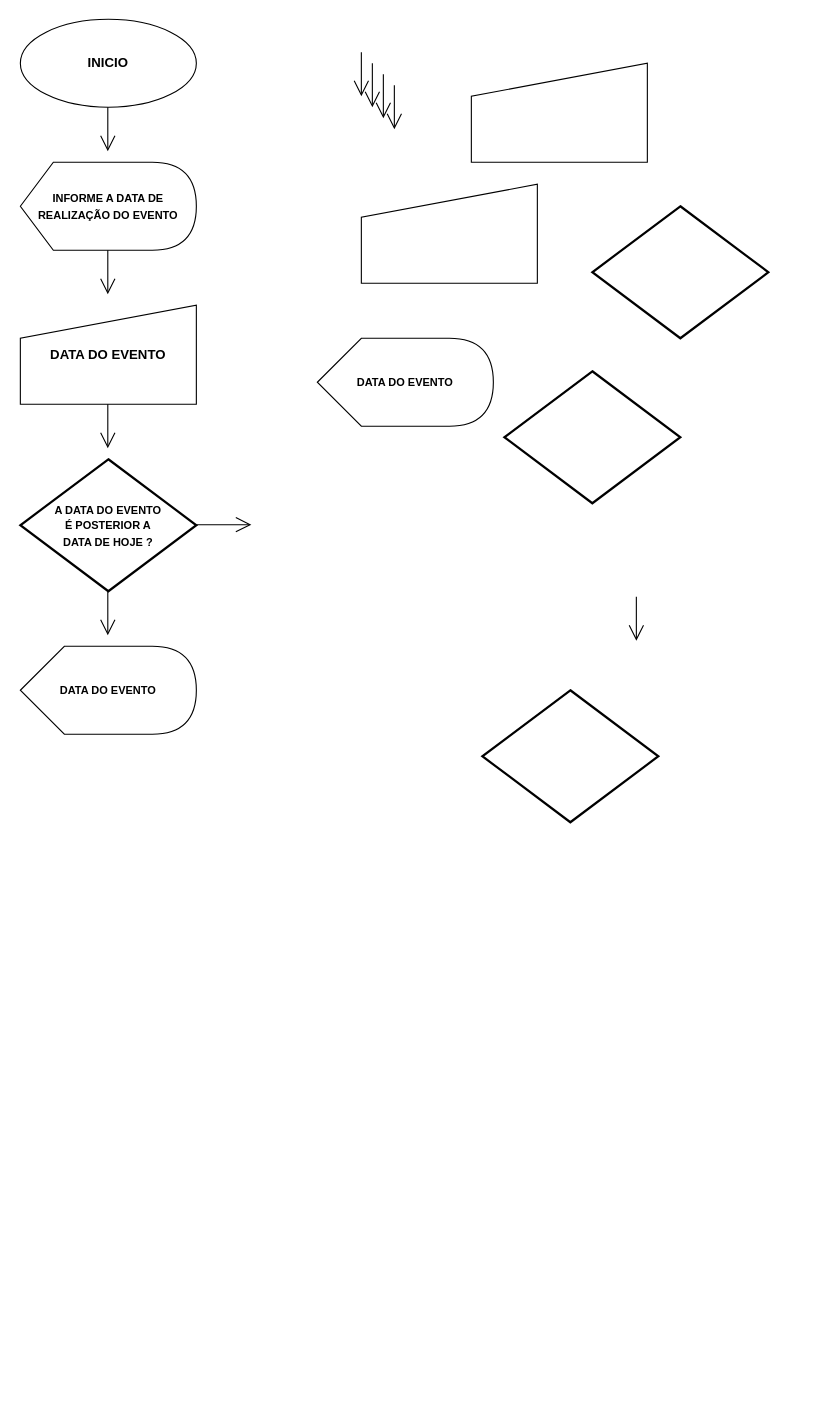
AndreDantasss/Exemplo1 keeps this draw.io diagram as Untitled Diagram.drawio. Above is the earlier version. Source tidied: cells renumbered, new cells numbered last; positions are measured from the earlier drawing's top-left corner, leaving out a move shared by most shapes. Both pictures are drawn from the tidied source at 110%, with x=0, y=0 at pixel (20, 19).
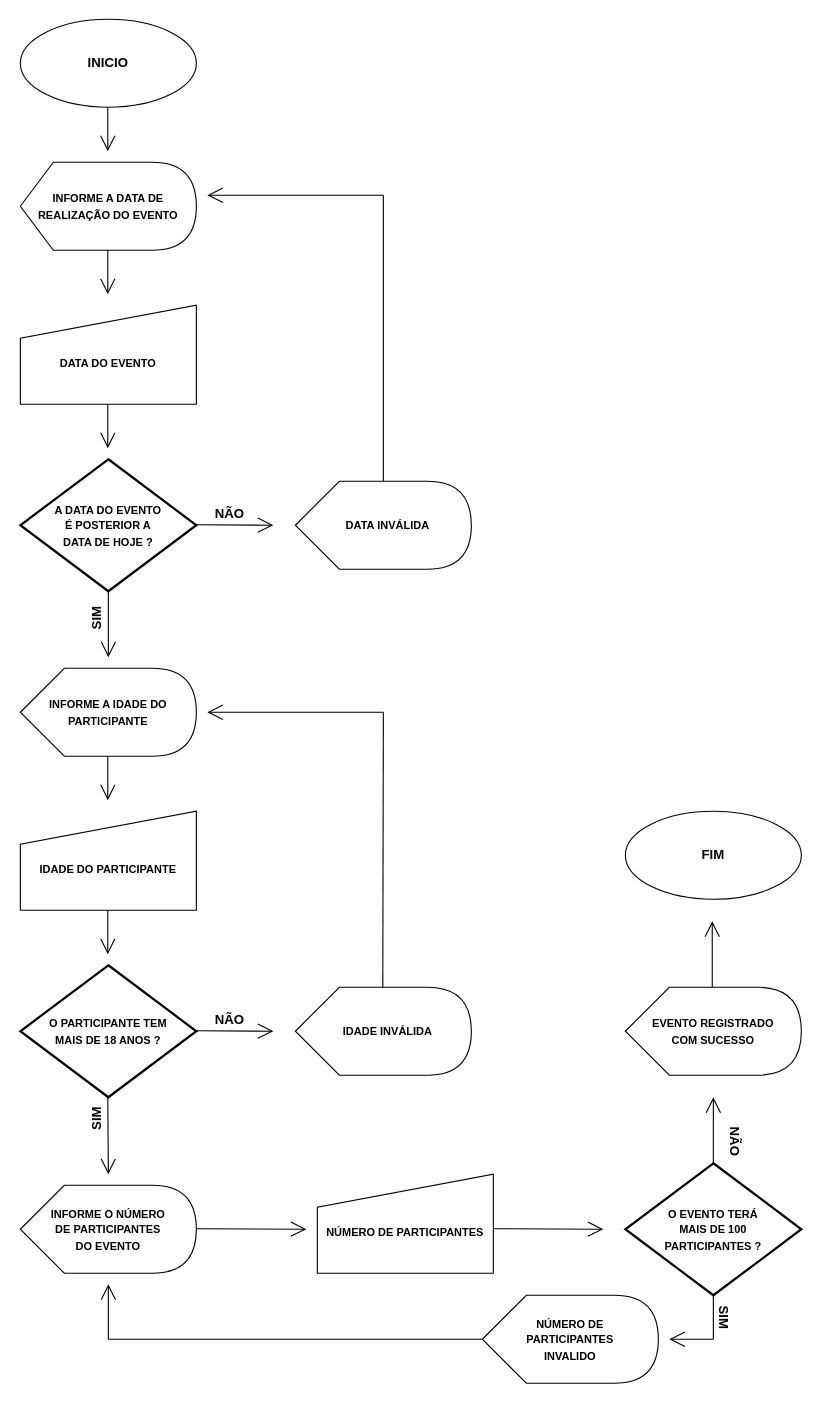
Above is the later version.

Diff of the diagram source:
```diff
@@
-    <mxCell id="4" value="&lt;b&gt;DATA DO EVENTO&lt;/b&gt;" style="shape=manualInput;whiteSpace=wrap;html=1;" parent="1" vertex="1">
+    <mxCell id="4" value="&lt;b&gt;&lt;font style=&quot;font-size: 10px&quot;&gt;&lt;br&gt;DATA DO EVENTO&lt;/font&gt;&lt;/b&gt;" style="shape=manualInput;whiteSpace=wrap;html=1;" parent="1" vertex="1">
       <mxGeometry y="260" width="160" height="90" as="geometry" />
     </mxCell>
@@
-    <mxCell id="7" style="endArrow=open;endFill=1;endSize=12;html=1;rounded=0;" parent="1" edge="1">
-      <mxGeometry relative="1" as="geometry">
-        <mxPoint x="79.5" y="520" as="sourcePoint" />
-        <mxPoint x="79.5" y="560" as="targetPoint" />
-      </mxGeometry>
-    </mxCell>
     <mxCell id="8" style="endArrow=open;endFill=1;endSize=12;html=1;rounded=0;" parent="1" edge="1">
       <mxGeometry relative="1" as="geometry">
-        <mxPoint x="560" y="525" as="sourcePoint" />
-        <mxPoint x="560" y="565" as="targetPoint" />
+        <mxPoint x="79.5" y="670" as="sourcePoint" />
+        <mxPoint x="79.5" y="710" as="targetPoint" />
       </mxGeometry>
     </mxCell>
-    <mxCell id="9" style="endArrow=open;endFill=1;endSize=12;html=1;rounded=0;" parent="1" edge="1">
-      <mxGeometry relative="1" as="geometry">
-        <mxPoint x="310" y="30" as="sourcePoint" />
-        <mxPoint x="310" y="70" as="targetPoint" />
-      </mxGeometry>
-    </mxCell>
-    <mxCell id="10" style="endArrow=open;endFill=1;endSize=12;html=1;rounded=0;" parent="1" edge="1">
-      <mxGeometry relative="1" as="geometry">
-        <mxPoint x="320" y="40" as="sourcePoint" />
-        <mxPoint x="320" y="80" as="targetPoint" />
-      </mxGeometry>
-    </mxCell>
@@
-    <mxCell id="12" value="&lt;font style=&quot;font-size: 10px&quot;&gt;&lt;b&gt;DATA DO EVENTO&lt;/b&gt;&lt;/font&gt;" style="shape=display;whiteSpace=wrap;html=1;align=center;" parent="1" vertex="1">
-      <mxGeometry x="270" y="290" width="160" height="80" as="geometry" />
+    <mxCell id="12" value="&lt;b&gt;&lt;font style=&quot;font-size: 10px&quot;&gt;&amp;nbsp; &amp;nbsp;DATA INVÁLIDA&lt;/font&gt;&lt;/b&gt;" style="shape=display;whiteSpace=wrap;html=1;align=center;" parent="1" vertex="1">
+      <mxGeometry x="250" y="420" width="160" height="80" as="geometry" />
     </mxCell>
-    <mxCell id="13" value="&lt;font style=&quot;font-size: 10px&quot;&gt;&lt;b&gt;DATA DO EVENTO&lt;/b&gt;&lt;/font&gt;" style="shape=display;whiteSpace=wrap;html=1;align=center;" parent="1" vertex="1">
-      <mxGeometry y="570" width="160" height="80" as="geometry" />
+    <mxCell id="13" value="&lt;font style=&quot;font-size: 10px&quot;&gt;&lt;b&gt;INFORME A IDADE DO PARTICIPANTE&lt;/b&gt;&lt;/font&gt;" style="shape=display;whiteSpace=wrap;html=1;align=center;" parent="1" vertex="1">
+      <mxGeometry y="590" width="160" height="80" as="geometry" />
     </mxCell>
-    <mxCell id="14" style="strokeWidth=2;html=1;shape=mxgraph.flowchart.decision;whiteSpace=wrap;" parent="1" vertex="1">
-      <mxGeometry x="520" y="170" width="160" height="120" as="geometry" />
-    </mxCell>
-    <mxCell id="15" style="strokeWidth=2;html=1;shape=mxgraph.flowchart.decision;whiteSpace=wrap;" parent="1" vertex="1">
-      <mxGeometry x="440" y="320" width="160" height="120" as="geometry" />
-    </mxCell>
-    <mxCell id="16" style="strokeWidth=2;html=1;shape=mxgraph.flowchart.decision;whiteSpace=wrap;" parent="1" vertex="1">
-      <mxGeometry x="420" y="610" width="160" height="120" as="geometry" />
-    </mxCell>
     <mxCell id="17" style="endArrow=open;endFill=1;endSize=12;html=1;rounded=0;" parent="1" edge="1">
       <mxGeometry relative="1" as="geometry">
-        <mxPoint x="330" y="50" as="sourcePoint" />
-        <mxPoint x="330" y="90" as="targetPoint" />
+        <mxPoint x="330" y="160" as="sourcePoint" />
+        <mxPoint x="170" y="160" as="targetPoint" />
       </mxGeometry>
     </mxCell>
-    <mxCell id="18" style="endArrow=open;endFill=1;endSize=12;html=1;rounded=0;" parent="1" edge="1">
-      <mxGeometry relative="1" as="geometry">
-        <mxPoint x="340" y="60" as="sourcePoint" />
-        <mxPoint x="340" y="100" as="targetPoint" />
-      </mxGeometry>
-    </mxCell>
@@
     <mxCell id="20" style="endArrow=open;endFill=1;endSize=12;html=1;rounded=0;" parent="1" edge="1">
       <mxGeometry relative="1" as="geometry">
         <mxPoint x="160" y="459.5" as="sourcePoint" />
-        <mxPoint x="210" y="459.5" as="targetPoint" />
+        <mxPoint x="230" y="460" as="targetPoint" />
       </mxGeometry>
     </mxCell>
-    <mxCell id="21" style="shape=manualInput;whiteSpace=wrap;html=1;" parent="1" vertex="1">
-      <mxGeometry x="310" y="150" width="160" height="90" as="geometry" />
-    </mxCell>
-    <mxCell id="22" style="shape=manualInput;whiteSpace=wrap;html=1;" parent="1" vertex="1">
-      <mxGeometry x="410" y="40" width="160" height="90" as="geometry" />
-    </mxCell>
+    <mxCell id="23" value="&lt;b&gt;&lt;font style=&quot;font-size: 12px&quot;&gt;NÃO&lt;/font&gt;&lt;/b&gt;" style="text;html=1;align=center;verticalAlign=middle;strokeColor=none;fillColor=none;fontSize=10;" parent="1" vertex="1">
+      <mxGeometry x="170" y="440" width="40" height="20" as="geometry" />
+    </mxCell>
+    <mxCell id="24" value="&lt;b&gt;SIM&lt;/b&gt;" style="text;html=1;align=center;verticalAlign=middle;strokeColor=none;fillColor=none;fontSize=12;rotation=-90;" parent="1" vertex="1">
+      <mxGeometry x="50" y="535" width="40" height="20" as="geometry" />
+    </mxCell>
+    <mxCell id="25" style="endArrow=open;endFill=1;endSize=12;html=1;rounded=0;" parent="1" edge="1">
+      <mxGeometry relative="1" as="geometry">
+        <mxPoint x="80" y="520" as="sourcePoint" />
+        <mxPoint x="80" y="580" as="targetPoint" />
+      </mxGeometry>
+    </mxCell>
+    <mxCell id="26" style="endArrow=none;html=1;rounded=0;fontSize=12;entryX=0;entryY=0;entryDx=80;entryDy=0;entryPerimeter=0;" parent="1" edge="1" target="12">
+      <mxGeometry relative="1" as="geometry">
+        <mxPoint x="330" y="160" as="sourcePoint" />
+      </mxGeometry>
+    </mxCell>
+    <mxCell id="27" value="&lt;span style=&quot;font-size: 10px&quot;&gt;&lt;b&gt;O PARTICIPANTE TEM &lt;br&gt;MAIS DE 18 ANOS ?&lt;/b&gt;&lt;/span&gt;" style="strokeWidth=2;html=1;shape=mxgraph.flowchart.decision;whiteSpace=wrap;align=center;" parent="1" vertex="1">
+      <mxGeometry y="860" width="160" height="120" as="geometry" />
+    </mxCell>
+    <mxCell id="28" value="&lt;b&gt;&lt;font style=&quot;font-size: 10px&quot;&gt;&lt;br&gt;IDADE DO PARTICIPANTE&lt;/font&gt;&lt;/b&gt;" style="shape=manualInput;whiteSpace=wrap;html=1;" parent="1" vertex="1">
+      <mxGeometry y="720" width="160" height="90" as="geometry" />
+    </mxCell>
+    <mxCell id="29" style="endArrow=open;endFill=1;endSize=12;html=1;rounded=0;" parent="1" edge="1">
+      <mxGeometry relative="1" as="geometry">
+        <mxPoint x="79.5" y="810" as="sourcePoint" />
+        <mxPoint x="79.5" y="850" as="targetPoint" />
+      </mxGeometry>
+    </mxCell>
+    <mxCell id="30" style="endArrow=open;endFill=1;endSize=12;html=1;rounded=0;" parent="1" edge="1">
+      <mxGeometry relative="1" as="geometry">
+        <mxPoint x="160" y="919.5" as="sourcePoint" />
+        <mxPoint x="230" y="920" as="targetPoint" />
+      </mxGeometry>
+    </mxCell>
+    <mxCell id="31" value="&lt;b&gt;&lt;font style=&quot;font-size: 12px&quot;&gt;NÃO&lt;/font&gt;&lt;/b&gt;" style="text;html=1;align=center;verticalAlign=middle;strokeColor=none;fillColor=none;fontSize=10;" parent="1" vertex="1">
+      <mxGeometry x="170" y="900" width="40" height="20" as="geometry" />
+    </mxCell>
+    <mxCell id="32" style="endArrow=open;endFill=1;endSize=12;html=1;rounded=0;" parent="1" edge="1">
+      <mxGeometry relative="1" as="geometry">
+        <mxPoint x="79.5" y="980" as="sourcePoint" />
+        <mxPoint x="80" y="1050" as="targetPoint" />
+      </mxGeometry>
+    </mxCell>
+    <mxCell id="33" value="&lt;b&gt;SIM&lt;/b&gt;" style="text;html=1;align=center;verticalAlign=middle;strokeColor=none;fillColor=none;fontSize=12;rotation=-90;" parent="1" vertex="1">
+      <mxGeometry x="50" y="990" width="40" height="20" as="geometry" />
+    </mxCell>
+    <mxCell id="34" value="&lt;font style=&quot;font-size: 10px&quot;&gt;&lt;b&gt;INFORME O NÚMERO &lt;br&gt;DE PARTICIPANTES &lt;br&gt;DO EVENTO&lt;/b&gt;&lt;/font&gt;" style="shape=display;whiteSpace=wrap;html=1;align=center;" parent="1" vertex="1">
+      <mxGeometry y="1060" width="160" height="80" as="geometry" />
+    </mxCell>
+    <mxCell id="35" value="&lt;b&gt;&lt;font style=&quot;font-size: 10px&quot;&gt;&amp;nbsp; &amp;nbsp;IDADE INVÁLIDA&lt;/font&gt;&lt;/b&gt;" style="shape=display;whiteSpace=wrap;html=1;align=center;" parent="1" vertex="1">
+      <mxGeometry x="250" y="880" width="160" height="80" as="geometry" />
+    </mxCell>
+    <mxCell id="36" style="endArrow=open;endFill=1;endSize=12;html=1;rounded=0;" parent="1" edge="1">
+      <mxGeometry relative="1" as="geometry">
+        <mxPoint x="330" y="630" as="sourcePoint" />
+        <mxPoint x="170" y="630" as="targetPoint" />
+      </mxGeometry>
+    </mxCell>
+    <mxCell id="37" style="endArrow=none;html=1;rounded=0;fontSize=12;entryX=0;entryY=0;entryDx=80;entryDy=0;entryPerimeter=0;" parent="1" edge="1">
+      <mxGeometry relative="1" as="geometry">
+        <mxPoint x="330" y="630" as="sourcePoint" />
+        <mxPoint x="329.5" y="880" as="targetPoint" />
+      </mxGeometry>
+    </mxCell>
+    <mxCell id="38" style="endArrow=open;endFill=1;endSize=12;html=1;rounded=0;" parent="1" edge="1">
+      <mxGeometry relative="1" as="geometry">
+        <mxPoint x="160" y="1099.5" as="sourcePoint" />
+        <mxPoint x="260" y="1100" as="targetPoint" />
+      </mxGeometry>
+    </mxCell>
+    <mxCell id="39" value="&lt;b&gt;&lt;font style=&quot;font-size: 10px&quot;&gt;&lt;br&gt;NÚMERO DE PARTICIPANTES&lt;/font&gt;&lt;/b&gt;" style="shape=manualInput;whiteSpace=wrap;html=1;" parent="1" vertex="1">
+      <mxGeometry x="270" y="1050" width="160" height="90" as="geometry" />
+    </mxCell>
+    <mxCell id="40" style="endArrow=open;endFill=1;endSize=12;html=1;rounded=0;" parent="1" edge="1">
+      <mxGeometry relative="1" as="geometry">
+        <mxPoint x="430" y="1099.5" as="sourcePoint" />
+        <mxPoint x="530" y="1100" as="targetPoint" />
+      </mxGeometry>
+    </mxCell>
+    <mxCell id="41" value="&lt;span style=&quot;font-size: 10px&quot;&gt;&lt;b&gt;O EVENTO TERÁ &lt;br&gt;MAIS DE 100 &lt;br&gt;PARTICIPANTES ?&lt;/b&gt;&lt;/span&gt;" style="strokeWidth=2;html=1;shape=mxgraph.flowchart.decision;whiteSpace=wrap;align=center;" parent="1" vertex="1">
+      <mxGeometry x="550" y="1040" width="160" height="120" as="geometry" />
+    </mxCell>
+    <mxCell id="42" style="endArrow=open;endFill=1;endSize=12;html=1;rounded=0;" parent="1" edge="1">
+      <mxGeometry relative="1" as="geometry">
+        <mxPoint x="80" y="1200" as="sourcePoint" />
+        <mxPoint x="80" y="1150" as="targetPoint" />
+      </mxGeometry>
+    </mxCell>
+    <mxCell id="43" style="endArrow=none;html=1;rounded=0;fontSize=12;entryX=0;entryY=0.5;entryDx=0;entryDy=0;entryPerimeter=0;" parent="1" edge="1" target="49">
+      <mxGeometry relative="1" as="geometry">
+        <mxPoint x="80" y="1200" as="sourcePoint" />
+      </mxGeometry>
+    </mxCell>
+    <mxCell id="44" value="&lt;b&gt;&lt;font style=&quot;font-size: 12px&quot;&gt;NÃO&lt;/font&gt;&lt;/b&gt;" style="text;html=1;align=center;verticalAlign=middle;strokeColor=none;fillColor=none;fontSize=10;rotation=90;" parent="1" vertex="1">
+      <mxGeometry x="630" y="1010" width="40" height="20" as="geometry" />
+    </mxCell>
+    <mxCell id="45" style="endArrow=open;endFill=1;endSize=12;html=1;rounded=0;exitX=0.5;exitY=0;exitDx=0;exitDy=0;exitPerimeter=0;" parent="1" edge="1" source="41">
+      <mxGeometry relative="1" as="geometry">
+        <mxPoint x="630" y="980" as="targetPoint" />
+      </mxGeometry>
+    </mxCell>
+    <mxCell id="46" value="&lt;b&gt;SIM&lt;/b&gt;" style="text;html=1;align=center;verticalAlign=middle;strokeColor=none;fillColor=none;fontSize=12;rotation=90;" parent="1" vertex="1">
+      <mxGeometry x="620" y="1170" width="40" height="20" as="geometry" />
+    </mxCell>
+    <mxCell id="47" style="endArrow=open;endFill=1;endSize=12;html=1;rounded=0;" parent="1" edge="1">
+      <mxGeometry relative="1" as="geometry">
+        <mxPoint x="630" y="1200" as="sourcePoint" />
+        <mxPoint x="590" y="1200" as="targetPoint" />
+      </mxGeometry>
+    </mxCell>
+    <mxCell id="48" style="endArrow=none;html=1;rounded=0;fontSize=12;exitX=0.5;exitY=1;exitDx=0;exitDy=0;exitPerimeter=0;" parent="1" edge="1" source="41">
+      <mxGeometry relative="1" as="geometry">
+        <mxPoint x="630" y="1200" as="targetPoint" />
+      </mxGeometry>
+    </mxCell>
+    <mxCell id="49" value="&lt;b&gt;&lt;font style=&quot;font-size: 10px&quot;&gt;NÚMERO DE &lt;br&gt;PARTICIPANTES &lt;br&gt;INVALIDO&lt;/font&gt;&lt;/b&gt;" style="shape=display;whiteSpace=wrap;html=1;align=center;" parent="1" vertex="1">
+      <mxGeometry x="420" y="1160" width="160" height="80" as="geometry" />
+    </mxCell>
+    <mxCell id="50" value="&lt;b&gt;&lt;font style=&quot;font-size: 10px&quot;&gt;EVENTO REGISTRADO &lt;br&gt;COM SUCESSO&lt;/font&gt;&lt;/b&gt;" style="shape=display;whiteSpace=wrap;html=1;align=center;" parent="1" vertex="1">
+      <mxGeometry x="550" y="880" width="160" height="80" as="geometry" />
+    </mxCell>
+    <mxCell id="51" style="endArrow=open;endFill=1;endSize=12;html=1;rounded=0;exitX=0.5;exitY=0;exitDx=0;exitDy=0;exitPerimeter=0;" parent="1" edge="1">
+      <mxGeometry relative="1" as="geometry">
+        <mxPoint x="629" y="880" as="sourcePoint" />
+        <mxPoint x="629" y="820" as="targetPoint" />
+      </mxGeometry>
+    </mxCell>
+    <mxCell id="52" value="&lt;b&gt;FIM&lt;/b&gt;" style="ellipse;whiteSpace=wrap;html=1;" parent="1" vertex="1">
+      <mxGeometry x="550" y="720" width="160" height="80" as="geometry" />
+    </mxCell>
```
